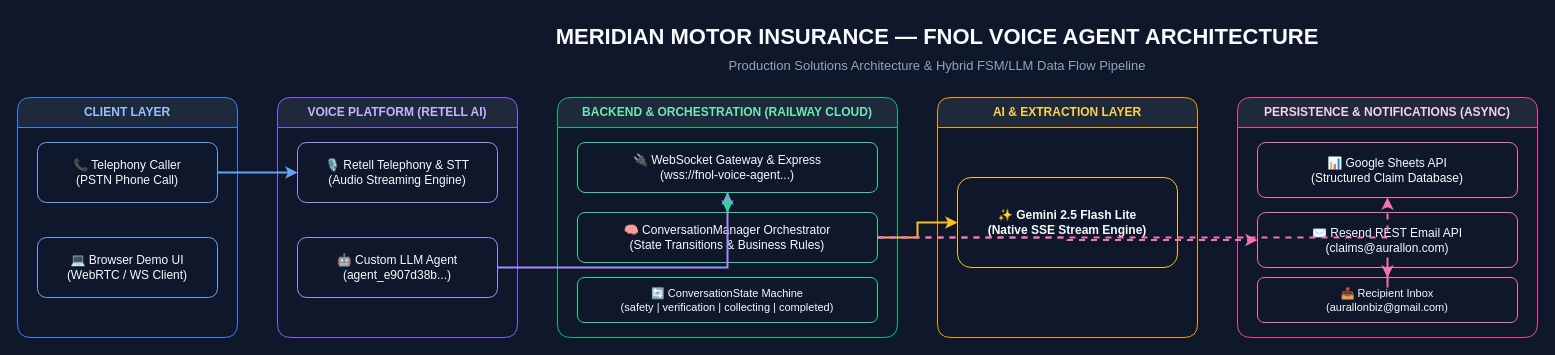
Before: Architecture.drawio in Bestgamer2853/fnol-voice-agent, a draw.io diagram. Source tidied: cells renumbered, new cells numbered last; positions are measured from the earlier drawing's top-left corner, leaving out a move shared by most shapes. Both pictures are drawn from the tidied source at 100%, with x=0, y=0 at pixel (17, 17).
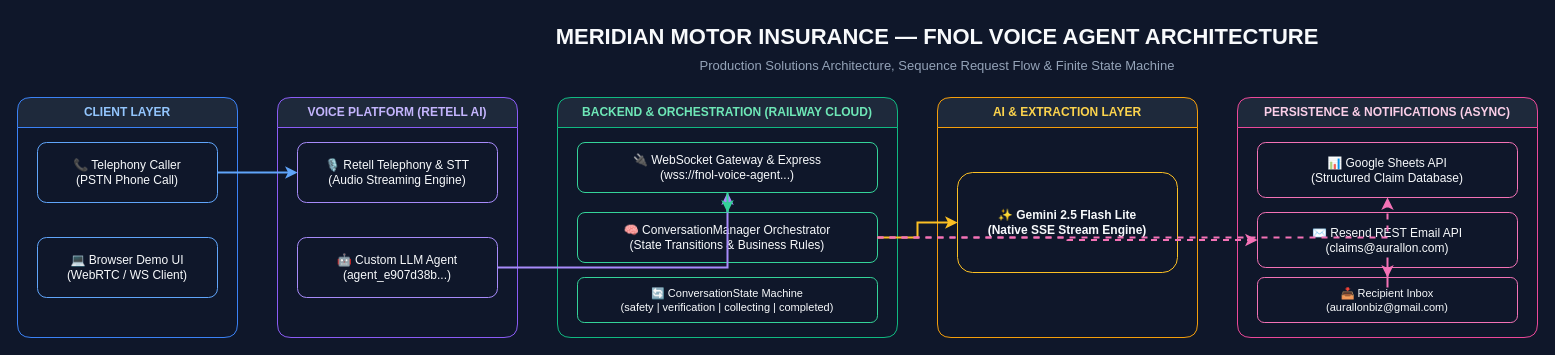
After the change.

Commit message (it also covers changes not shown here):
docs: re-render vector PDF and high-res PNG from full Architecture.svg specification

The change refers to these unchanged cells:
```xml
<mxCell id="14" value="AI &amp; EXTRACTION LAYER" style="swimlane;whiteSpace=wrap;html=1;fillColor=#1e293b;strokeColor=#f59e0b;fontColor=#fcd34d;fontStyle=1;startSize=30;rounded=1;" parent="1" vertex="1">
  <mxGeometry x="920" y="80" width="260" height="240" as="geometry" />
</mxCell>
```

Change to the diagram source:
```diff
@@
-    <mxCell id="3" value="Production Solutions Architecture &amp; Hybrid FSM/LLM Data Flow Pipeline" style="text;html=1;strokeColor=none;fillColor=none;align=center;verticalAlign=middle;whiteSpace=wrap;rounded=0;fontSize=13;fontColor=#94a3b8;" parent="1" vertex="1">
+    <mxCell id="3" value="Production Solutions Architecture, Sequence Request Flow &amp; Finite State Machine" style="text;html=1;strokeColor=none;fillColor=none;align=center;verticalAlign=middle;whiteSpace=wrap;rounded=0;fontSize=13;fontColor=#94a3b8;" parent="1" vertex="1">
       <mxGeometry x="520" y="35" width="800" height="25" as="geometry" />
     </mxCell>
@@
     <mxCell id="15" value="✨ Gemini 2.5 Flash Lite&#10;(Native SSE Stream Engine)" style="rounded=1;whiteSpace=wrap;html=1;fillColor=#0f172a;strokeColor=#fbbf24;fontColor=#f8fafc;fontSize=12;fontStyle=1;" parent="14" vertex="1">
-      <mxGeometry x="20" y="80" width="220" height="90" as="geometry" />
+      <mxGeometry x="20" y="75" width="220" height="100" as="geometry" />
     </mxCell>
```
